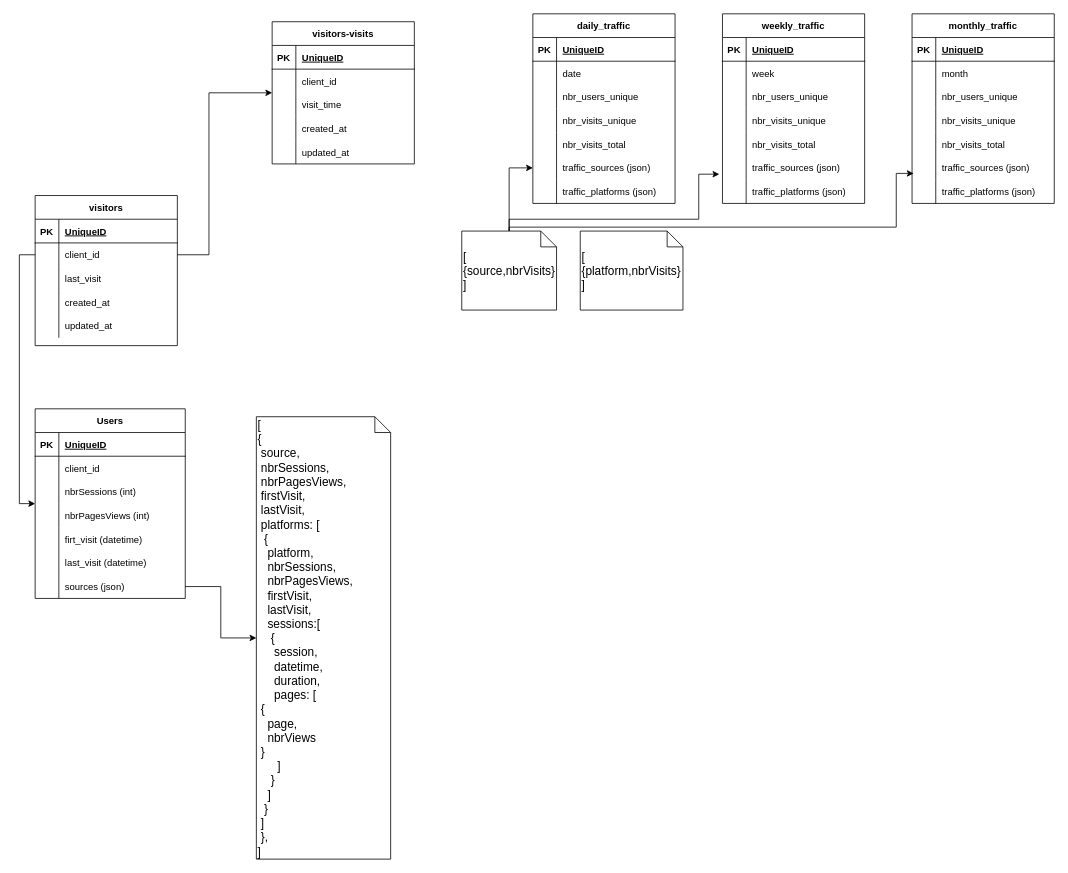
hbenflouka/diagrames keeps this draw.io diagram as Untitled Diagram.drawio. Above is the earlier version. Source tidied: cells renumbered, new cells numbered last; positions are measured from the earlier drawing's top-left corner, leaving out a move shared by most shapes. Both pictures are drawn from the tidied source at 79%, with x=0, y=0 at pixel (35, 13).
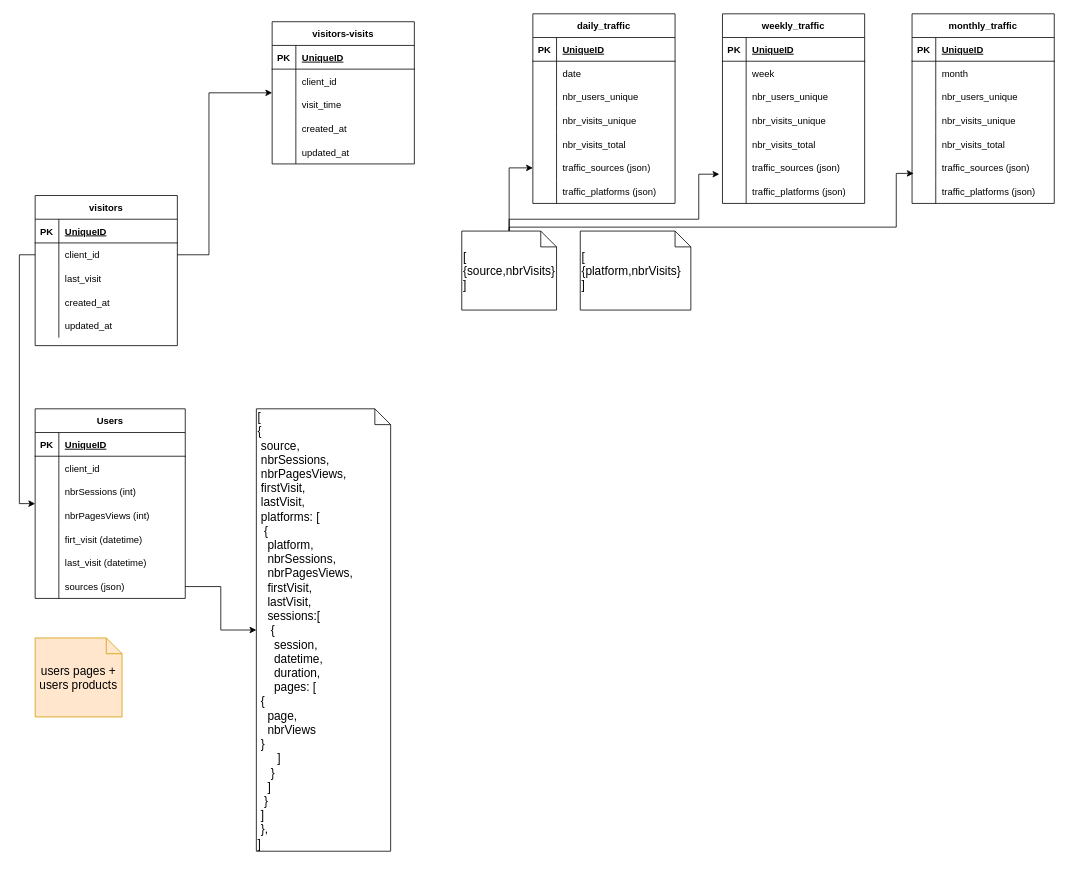
The same diagram, later.

What changed in the source:
```diff
@@
     <mxCell id="124" value="&lt;font style=&quot;font-size: 15px&quot;&gt;[&lt;br&gt;{&lt;br&gt;&amp;nbsp;source,&lt;br&gt;&amp;nbsp;nbrSessions, &lt;br&gt;&amp;nbsp;nbrPagesViews, &lt;br&gt;&amp;nbsp;firstVisit, &lt;br&gt;&amp;nbsp;lastVisit,&lt;br&gt;&amp;nbsp;platforms: [&lt;br&gt;&amp;nbsp; {&lt;br&gt;&amp;nbsp; &amp;nbsp;platform,&lt;br&gt;&amp;nbsp; &amp;nbsp;nbrSessions,&lt;span&gt; &lt;/span&gt;&amp;nbsp;&lt;br&gt;&amp;nbsp; &amp;nbsp;nbrPagesViews,&lt;br&gt;&amp;nbsp; &amp;nbsp;firstVisit,&lt;br&gt;&amp;nbsp; &amp;nbsp;lastVisit,&lt;br&gt;&amp;nbsp; &amp;nbsp;sessions:[&lt;br&gt;&amp;nbsp; &amp;nbsp; {&lt;br&gt;&amp;nbsp; &amp;nbsp; &amp;nbsp;session,&lt;br&gt;&amp;nbsp; &amp;nbsp; &amp;nbsp;datetime,&lt;br&gt;&amp;nbsp; &amp;nbsp; &amp;nbsp;duration,&lt;br&gt;&amp;nbsp; &amp;nbsp; &amp;nbsp;pages: [&lt;br&gt;&lt;span style=&quot;white-space: pre&quot;&gt; &lt;/span&gt;{&lt;br&gt;&lt;span style=&quot;white-space: pre&quot;&gt; &lt;/span&gt;&amp;nbsp; page,&lt;br&gt;&lt;span style=&quot;white-space: pre&quot;&gt; &lt;/span&gt;&amp;nbsp; nbrViews&lt;br&gt;&lt;span style=&quot;white-space: pre&quot;&gt; &lt;/span&gt;}&lt;br&gt;&amp;nbsp; &amp;nbsp; &amp;nbsp; ]&lt;br&gt;&amp;nbsp; &amp;nbsp; }&lt;br&gt;&amp;nbsp; &amp;nbsp;]&lt;br&gt;&amp;nbsp; }&lt;br&gt;&amp;nbsp;]&lt;br&gt;&amp;nbsp;},&lt;br&gt;]&lt;/font&gt;" style="shape=note;size=20;whiteSpace=wrap;html=1;align=left;" parent="1" vertex="1">
-      <mxGeometry x="280" y="510" width="170" height="560" as="geometry" />
+      <mxGeometry x="280" y="500" width="170" height="560" as="geometry" />
     </mxCell>
@@
     <mxCell id="130" value="&lt;span&gt;[&lt;/span&gt;&lt;br&gt;&lt;div&gt;&lt;span&gt;{platform,nbrVisits}&lt;/span&gt;&lt;/div&gt;&lt;span&gt;&lt;div&gt;&lt;span&gt;]&lt;/span&gt;&lt;/div&gt;&lt;/span&gt;" style="shape=note;size=20;whiteSpace=wrap;html=1;fontSize=15;align=left;" parent="1" vertex="1">
-      <mxGeometry x="690" y="275" width="130" height="100" as="geometry" />
+      <mxGeometry x="690" y="275" width="140" height="100" as="geometry" />
     </mxCell>
+    <mxCell id="131" value="users pages + users products" style="shape=note;size=20;whiteSpace=wrap;html=1;fontSize=15;fillColor=#ffe6cc;strokeColor=#d79b00;" parent="1" vertex="1">
+      <mxGeometry y="790" width="110" height="100" as="geometry" />
+    </mxCell>
```
